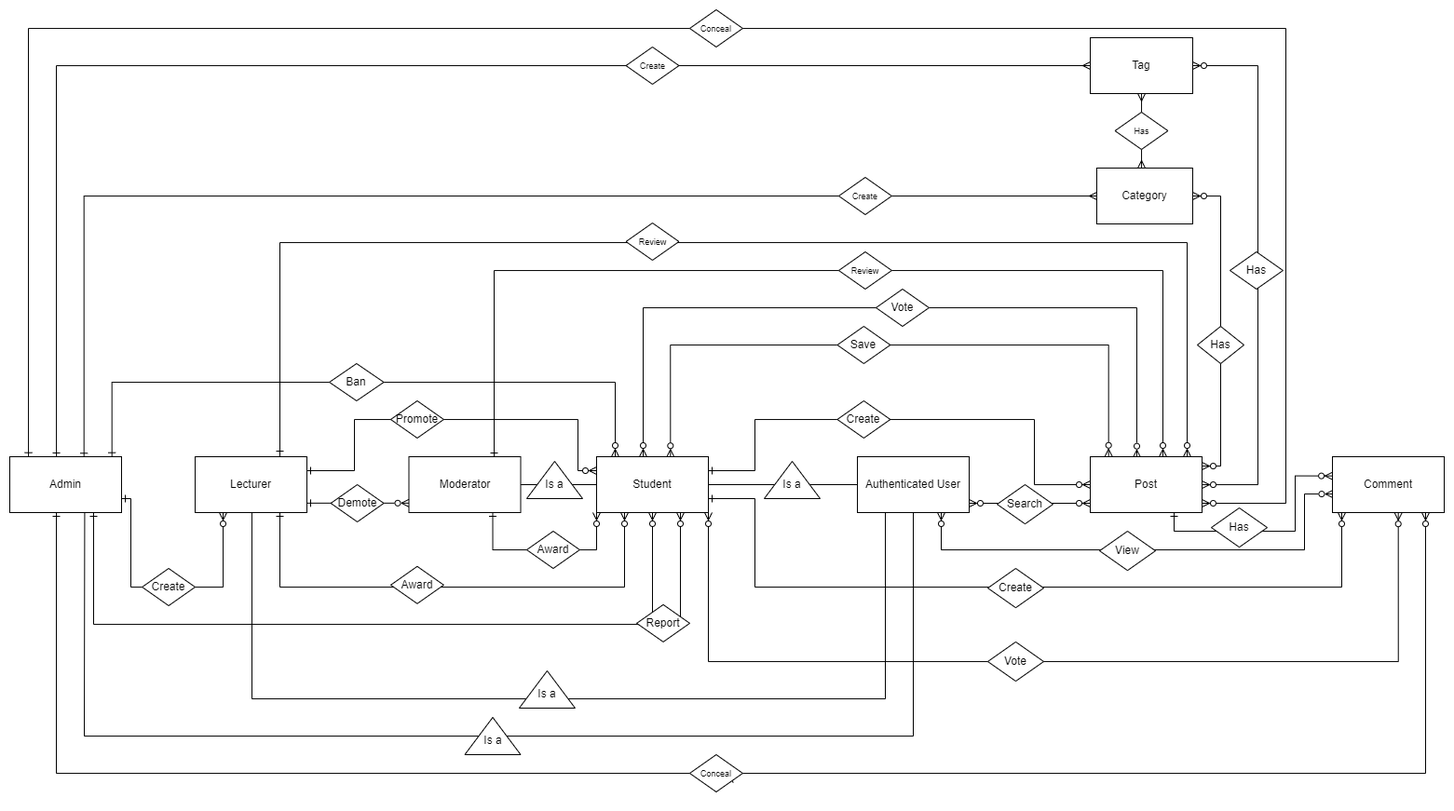
baomnl123/SWP391_FBlog-Academy keeps this draw.io diagram as diagram/FBlog-Academy_ERD.png. Above is the earlier version. Source tidied: cells renumbered, new cells last; positions are measured from the earlier drawing's top-left corner, leaving out a move shared by most shapes.
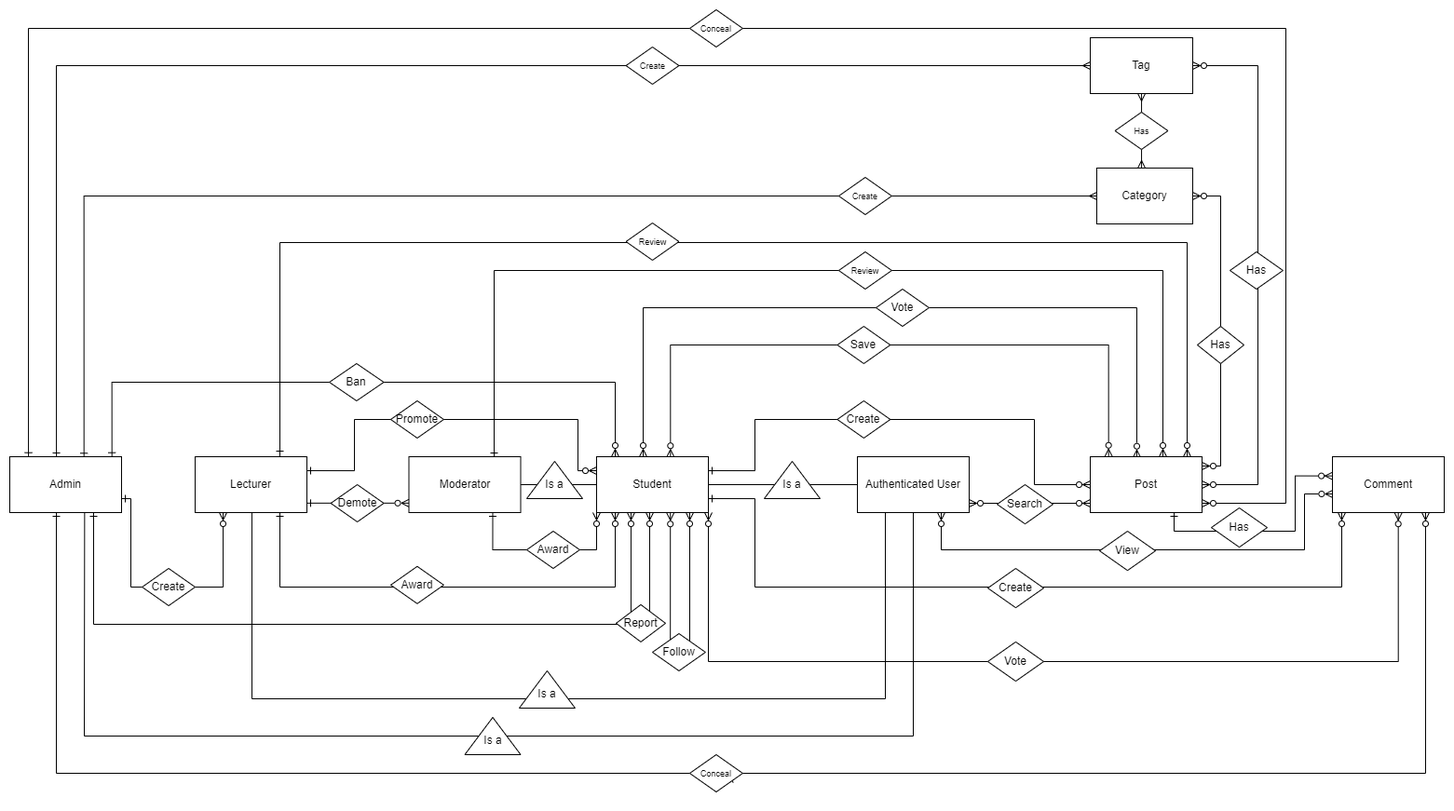
The same diagram one commit later.

Commit message:
Add follow relationship in Student

Change to the diagram source:
```diff
@@ -234,12 +234,14 @@
         <mxPoint x="428.5" y="529.8" as="targetPoint" />
       </mxGeometry>
     </mxCell>
-    <mxCell id="41" style="edgeStyle=orthogonalEdgeStyle;rounded=0;jettySize=auto;html=1;startArrow=ERone;startFill=0;endArrow=ERzeroToMany;endFill=0;entryX=0.25;entryY=1;entryDx=0;entryDy=0;" parent="1" edge="1" target="8">
+    <mxCell id="41" style="edgeStyle=orthogonalEdgeStyle;rounded=0;orthogonalLoop=1;jettySize=auto;html=1;startArrow=ERone;startFill=0;endArrow=ERzeroToMany;endFill=0;" parent="1" edge="1">
       <mxGeometry relative="1" as="geometry">
         <mxPoint x="290" y="540" as="sourcePoint" />
+        <mxPoint x="650" y="540" as="targetPoint" />
         <Array as="points">
           <mxPoint x="290" y="620" />
-          <mxPoint x="660" y="620" />
+          <mxPoint x="650" y="620" />
+          <mxPoint x="650" y="540" />
         </Array>
       </mxGeometry>
     </mxCell>
@@ -308,7 +310,8 @@
       <mxGeometry relative="1" as="geometry">
         <Array as="points">
           <mxPoint x="90" y="660" />
-          <mxPoint x="707" y="660" />
+          <mxPoint x="700" y="660" />
+          <mxPoint x="700" y="659" />
         </Array>
       </mxGeometry>
     </mxCell>
@@ -403,16 +406,30 @@
     <mxCell id="77" value="&lt;font style=&quot;font-size: 9px;&quot;&gt;Conceal&lt;/font&gt;" style="rhombus;whiteSpace=wrap;html=1;" parent="1" vertex="1">
       <mxGeometry x="730" y="800" width="56.9" height="40" as="geometry" />
     </mxCell>
-    <mxCell id="78" style="edgeStyle=orthogonalEdgeStyle;rounded=0;orthogonalLoop=1;jettySize=auto;html=1;entryX=0.75;entryY=1;entryDx=0;entryDy=0;exitX=0.5;exitY=1;exitDx=0;exitDy=0;endArrow=ERzeroToMany;endFill=0;startArrow=ERzeroToMany;startFill=0;" parent="1" edge="1" source="8" target="8">
+    <mxCell id="78" style="edgeStyle=orthogonalEdgeStyle;rounded=0;orthogonalLoop=1;jettySize=auto;html=1;entryX=0.5;entryY=1;entryDx=0;entryDy=0;exitX=0.333;exitY=1;exitDx=0;exitDy=0;endArrow=ERzeroToMany;endFill=0;startArrow=ERzeroToMany;startFill=0;exitPerimeter=0;" parent="1" edge="1">
       <mxGeometry relative="1" as="geometry">
+        <mxPoint x="667" y="540" as="sourcePoint" />
+        <mxPoint x="687" y="540" as="targetPoint" />
         <Array as="points">
-          <mxPoint x="690" y="660" />
-          <mxPoint x="720" y="660" />
+          <mxPoint x="667" y="660" />
+          <mxPoint x="687" y="660" />
         </Array>
       </mxGeometry>
     </mxCell>
     <mxCell id="79" value="Report" style="rhombus;whiteSpace=wrap;html=1;" parent="1" vertex="1">
-      <mxGeometry x="673.1" y="638.9" width="56.9" height="40" as="geometry" />
+      <mxGeometry x="651" y="638.9" width="53" height="40" as="geometry" />
     </mxCell>
+    <mxCell id="80" style="edgeStyle=orthogonalEdgeStyle;rounded=0;jettySize=auto;html=1;exitX=0.66;exitY=1.004;exitDx=0;exitDy=0;endArrow=ERzeroToMany;endFill=0;startArrow=ERzeroToMany;startFill=0;exitPerimeter=0;" parent="1" edge="1" source="8">
+      <mxGeometry relative="1" as="geometry">
+        <mxPoint x="730" y="540" as="targetPoint" />
+        <Array as="points">
+          <mxPoint x="709" y="690" />
+          <mxPoint x="730" y="690" />
+        </Array>
+      </mxGeometry>
+    </mxCell>
+    <mxCell id="81" value="Follow" style="rhombus;whiteSpace=wrap;html=1;" parent="1" vertex="1">
+      <mxGeometry x="690" y="670" width="56.9" height="40" as="geometry" />
+    </mxCell>
   </root>
 </mxGraphModel>
```
